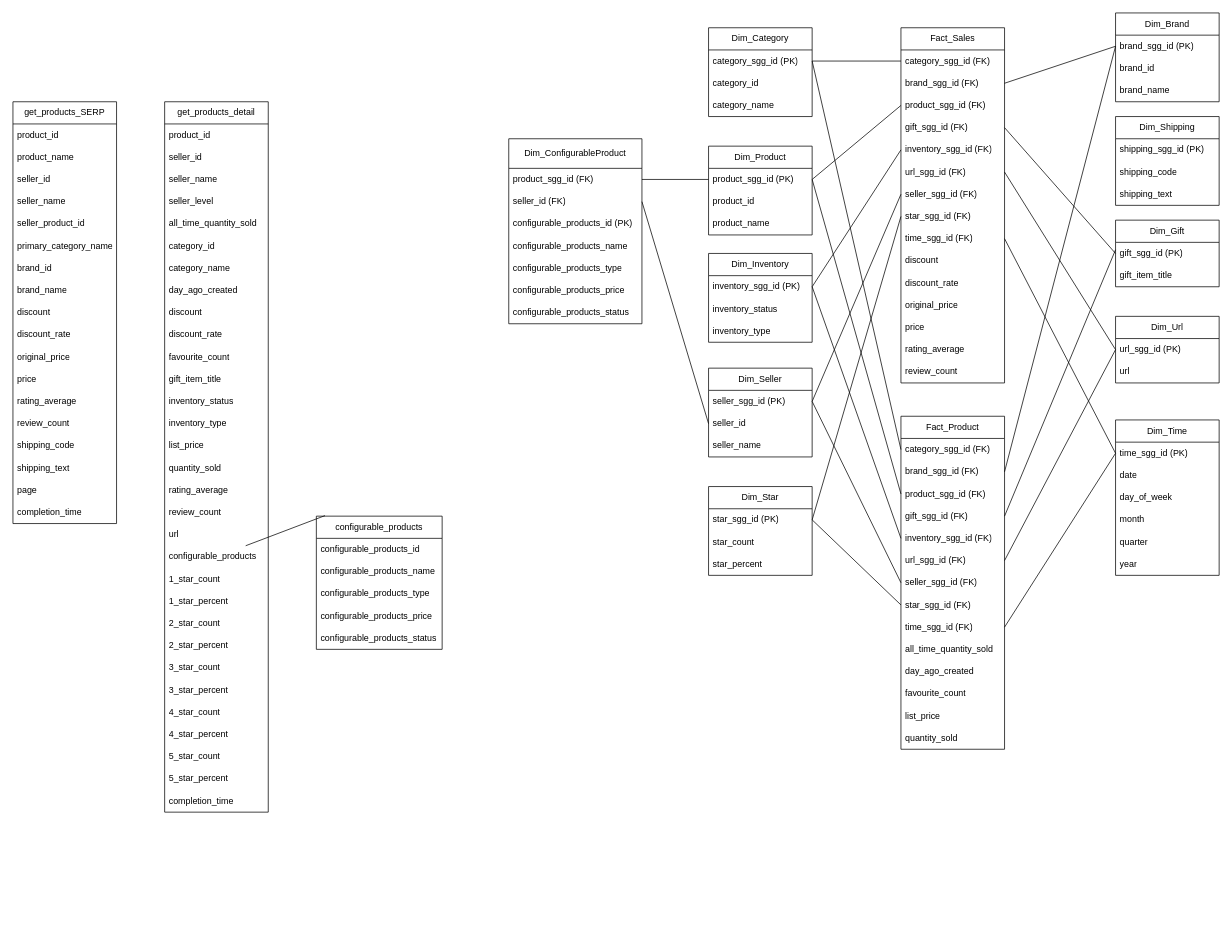
Earlier version of the draw.io diagram page "raw_data" (1 of 2) of schema/schema.drawio (thaitrann/Project_Shopee_ETL_Visualization). Source tidied: cells renumbered, new cells numbered last; positions are measured from the earlier drawing's top-left corner, leaving out a move shared by most shapes. Both pictures are drawn from the tidied source at 74%, with x=0, y=0 at pixel (13, 13).
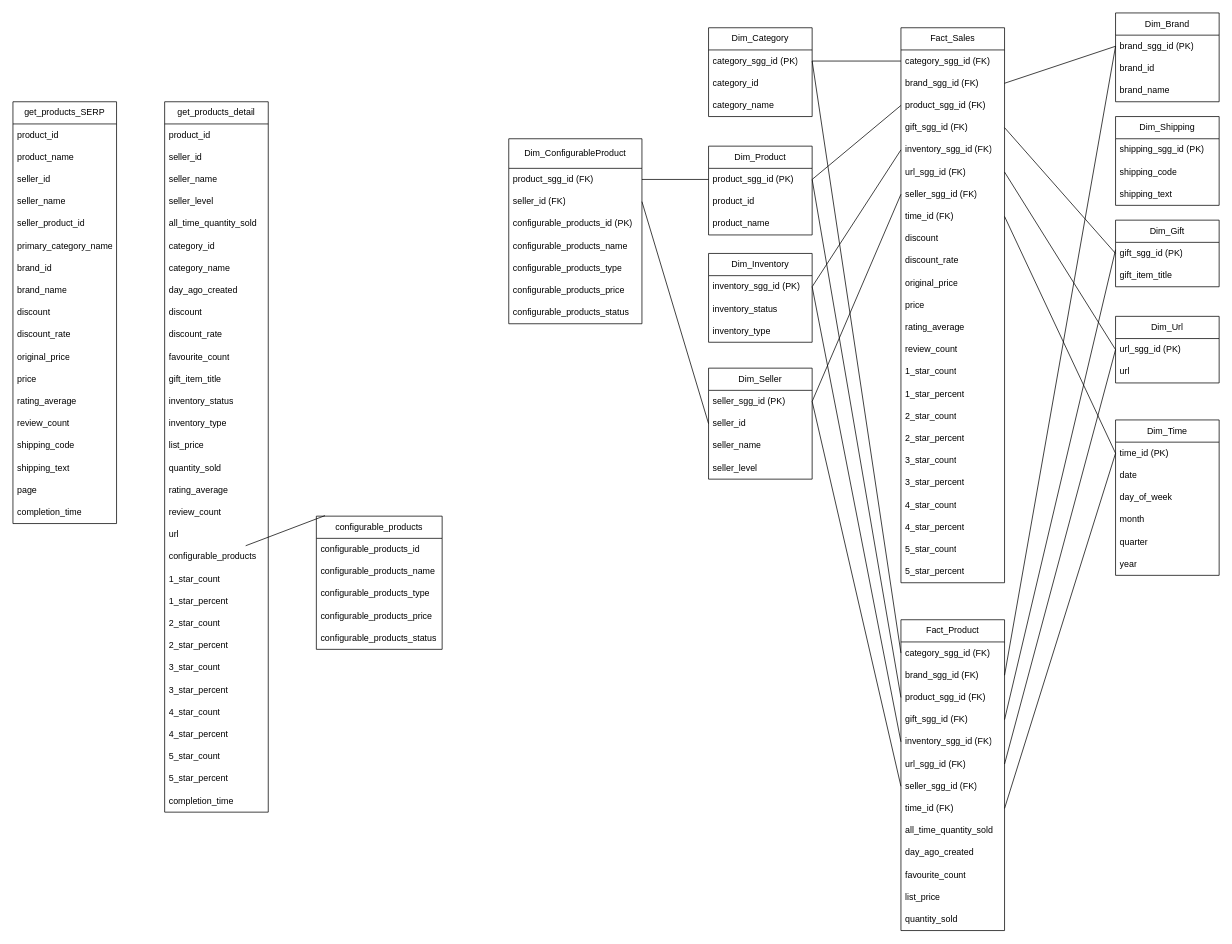
Above is the later version.

Unchanged cells that the change refers to:
```xml
<mxCell id="61" value="Dim_Time" style="swimlane;fontStyle=0;horizontal=1;startSize=30;whiteSpace=wrap;html=1;" parent="1" vertex="1">
  <mxGeometry x="1490" y="550" width="140" height="210" as="geometry" />
</mxCell>
```

Diff of the diagram source:
```diff
@@
     <mxCell id="2" value="Dim_Seller" style="swimlane;fontStyle=0;horizontal=1;startSize=30;whiteSpace=wrap;html=1;" parent="1" vertex="1">
-      <mxGeometry x="940" y="480" width="140" height="120" as="geometry" />
+      <mxGeometry x="940" y="480" width="140" height="150" as="geometry" />
     </mxCell>
@@
+    <mxCell id="160" value="seller_level" style="text;strokeColor=none;fillColor=none;align=left;verticalAlign=middle;spacingLeft=4;spacingRight=4;overflow=hidden;whiteSpace=wrap;html=1;" parent="2" vertex="1">
+      <mxGeometry y="120" width="140" height="30" as="geometry" />
+    </mxCell>
@@
     <mxCell id="30" value="Fact_Sales" style="swimlane;fontStyle=0;horizontal=1;startSize=30;whiteSpace=wrap;html=1;" parent="1" vertex="1">
-      <mxGeometry x="1200" y="20" width="140" height="480" as="geometry" />
+      <mxGeometry x="1200" y="20" width="140" height="750" as="geometry" />
     </mxCell>
@@
-    <mxCell id="38" value="star_sgg_id (FK)" style="text;strokeColor=none;fillColor=none;align=left;verticalAlign=middle;spacingLeft=4;spacingRight=4;overflow=hidden;points=[[0,0.5],[1,0.5]];portConstraint=eastwest;whiteSpace=wrap;html=1;" parent="30" vertex="1">
-      <mxGeometry y="240" width="140" height="30" as="geometry" />
-    </mxCell>
-    <mxCell id="39" value="time_sgg_id (FK)" style="text;strokeColor=none;fillColor=none;align=left;verticalAlign=middle;spacingLeft=4;spacingRight=4;overflow=hidden;points=[[0,0.5],[1,0.5]];portConstraint=eastwest;whiteSpace=wrap;html=1;" parent="30" vertex="1">
-      <mxGeometry y="270" width="140" height="30" as="geometry" />
+    <mxCell id="39" value="time_id (FK)" style="text;strokeColor=none;fillColor=none;align=left;verticalAlign=middle;spacingLeft=4;spacingRight=4;overflow=hidden;points=[[0,0.5],[1,0.5]];portConstraint=eastwest;whiteSpace=wrap;html=1;" parent="30" vertex="1">
+      <mxGeometry y="240" width="140" height="30" as="geometry" />
     </mxCell>
     <mxCell id="40" value="discount" style="text;strokeColor=none;fillColor=none;align=left;verticalAlign=middle;spacingLeft=4;spacingRight=4;overflow=hidden;whiteSpace=wrap;html=1;" parent="30" vertex="1">
-      <mxGeometry y="300" width="140" height="30" as="geometry" />
+      <mxGeometry y="270" width="140" height="30" as="geometry" />
     </mxCell>
     <mxCell id="41" value="discount_rate" style="text;strokeColor=none;fillColor=none;align=left;verticalAlign=middle;spacingLeft=4;spacingRight=4;overflow=hidden;whiteSpace=wrap;html=1;" parent="30" vertex="1">
-      <mxGeometry y="330" width="140" height="30" as="geometry" />
+      <mxGeometry y="300" width="140" height="30" as="geometry" />
     </mxCell>
     <mxCell id="42" value="original_price" style="text;strokeColor=none;fillColor=none;align=left;verticalAlign=middle;spacingLeft=4;spacingRight=4;overflow=hidden;whiteSpace=wrap;html=1;" parent="30" vertex="1">
-      <mxGeometry y="360" width="140" height="30" as="geometry" />
+      <mxGeometry y="330" width="140" height="30" as="geometry" />
     </mxCell>
     <mxCell id="43" value="price" style="text;strokeColor=none;fillColor=none;align=left;verticalAlign=middle;spacingLeft=4;spacingRight=4;overflow=hidden;whiteSpace=wrap;html=1;" parent="30" vertex="1">
-      <mxGeometry y="390" width="140" height="30" as="geometry" />
+      <mxGeometry y="360" width="140" height="30" as="geometry" />
     </mxCell>
     <mxCell id="44" value="rating_average" style="text;strokeColor=none;fillColor=none;align=left;verticalAlign=middle;spacingLeft=4;spacingRight=4;overflow=hidden;whiteSpace=wrap;html=1;" parent="30" vertex="1">
-      <mxGeometry y="420" width="140" height="30" as="geometry" />
+      <mxGeometry y="390" width="140" height="30" as="geometry" />
     </mxCell>
     <mxCell id="45" value="review_count" style="text;strokeColor=none;fillColor=none;align=left;verticalAlign=middle;spacingLeft=4;spacingRight=4;overflow=hidden;whiteSpace=wrap;html=1;" parent="30" vertex="1">
-      <mxGeometry y="450" width="140" height="30" as="geometry" />
+      <mxGeometry y="420" width="140" height="30" as="geometry" />
     </mxCell>
+    <mxCell id="161" value="1_star_count" style="text;strokeColor=none;fillColor=none;align=left;verticalAlign=middle;spacingLeft=4;spacingRight=4;overflow=hidden;whiteSpace=wrap;html=1;" parent="30" vertex="1">
+      <mxGeometry y="450" width="140" height="30" as="geometry" />
+    </mxCell>
+    <mxCell id="162" value="1_star_percent" style="text;strokeColor=none;fillColor=none;align=left;verticalAlign=middle;spacingLeft=4;spacingRight=4;overflow=hidden;whiteSpace=wrap;html=1;" parent="30" vertex="1">
+      <mxGeometry y="480" width="140" height="30" as="geometry" />
+    </mxCell>
+    <mxCell id="163" value="2_star_count" style="text;strokeColor=none;fillColor=none;align=left;verticalAlign=middle;spacingLeft=4;spacingRight=4;overflow=hidden;whiteSpace=wrap;html=1;" parent="30" vertex="1">
+      <mxGeometry y="510" width="140" height="30" as="geometry" />
+    </mxCell>
+    <mxCell id="164" value="2_star_percent" style="text;strokeColor=none;fillColor=none;align=left;verticalAlign=middle;spacingLeft=4;spacingRight=4;overflow=hidden;whiteSpace=wrap;html=1;" parent="30" vertex="1">
+      <mxGeometry y="540" width="140" height="30" as="geometry" />
+    </mxCell>
+    <mxCell id="165" value="3_star_count" style="text;strokeColor=none;fillColor=none;align=left;verticalAlign=middle;spacingLeft=4;spacingRight=4;overflow=hidden;whiteSpace=wrap;html=1;" parent="30" vertex="1">
+      <mxGeometry y="570" width="140" height="30" as="geometry" />
+    </mxCell>
+    <mxCell id="166" value="3_star_percent" style="text;strokeColor=none;fillColor=none;align=left;verticalAlign=middle;spacingLeft=4;spacingRight=4;overflow=hidden;whiteSpace=wrap;html=1;" parent="30" vertex="1">
+      <mxGeometry y="600" width="140" height="30" as="geometry" />
+    </mxCell>
+    <mxCell id="167" value="4_star_count" style="text;strokeColor=none;fillColor=none;align=left;verticalAlign=middle;spacingLeft=4;spacingRight=4;overflow=hidden;whiteSpace=wrap;html=1;" parent="30" vertex="1">
+      <mxGeometry y="630" width="140" height="30" as="geometry" />
+    </mxCell>
+    <mxCell id="168" value="4_star_percent" style="text;strokeColor=none;fillColor=none;align=left;verticalAlign=middle;spacingLeft=4;spacingRight=4;overflow=hidden;whiteSpace=wrap;html=1;" parent="30" vertex="1">
+      <mxGeometry y="660" width="140" height="30" as="geometry" />
+    </mxCell>
+    <mxCell id="169" value="5_star_count" style="text;strokeColor=none;fillColor=none;align=left;verticalAlign=middle;spacingLeft=4;spacingRight=4;overflow=hidden;whiteSpace=wrap;html=1;" parent="30" vertex="1">
+      <mxGeometry y="690" width="140" height="30" as="geometry" />
+    </mxCell>
+    <mxCell id="170" value="5_star_percent" style="text;strokeColor=none;fillColor=none;align=left;verticalAlign=middle;spacingLeft=4;spacingRight=4;overflow=hidden;whiteSpace=wrap;html=1;" parent="30" vertex="1">
+      <mxGeometry y="720" width="140" height="30" as="geometry" />
+    </mxCell>
     <mxCell id="46" value="Fact_Product" style="swimlane;fontStyle=0;horizontal=1;startSize=30;whiteSpace=wrap;html=1;" parent="1" vertex="1">
-      <mxGeometry x="1200" y="545" width="140" height="450" as="geometry" />
+      <mxGeometry x="1200" y="820" width="140" height="420" as="geometry" />
     </mxCell>
@@
-    <mxCell id="54" value="star_sgg_id (FK)" style="text;strokeColor=none;fillColor=none;align=left;verticalAlign=middle;spacingLeft=4;spacingRight=4;overflow=hidden;points=[[0,0.5],[1,0.5]];portConstraint=eastwest;whiteSpace=wrap;html=1;" parent="46" vertex="1">
-      <mxGeometry y="240" width="140" height="30" as="geometry" />
-    </mxCell>
-    <mxCell id="55" value="time_sgg_id (FK)" style="text;strokeColor=none;fillColor=none;align=left;verticalAlign=middle;spacingLeft=4;spacingRight=4;overflow=hidden;points=[[0,0.5],[1,0.5]];portConstraint=eastwest;whiteSpace=wrap;html=1;" parent="46" vertex="1">
-      <mxGeometry y="270" width="140" height="30" as="geometry" />
+    <mxCell id="55" value="time_id (FK)" style="text;strokeColor=none;fillColor=none;align=left;verticalAlign=middle;spacingLeft=4;spacingRight=4;overflow=hidden;points=[[0,0.5],[1,0.5]];portConstraint=eastwest;whiteSpace=wrap;html=1;" parent="46" vertex="1">
+      <mxGeometry y="240" width="140" height="30" as="geometry" />
     </mxCell>
     <mxCell id="56" value="all_time_quantity_sold" style="text;strokeColor=none;fillColor=none;align=left;verticalAlign=middle;spacingLeft=4;spacingRight=4;overflow=hidden;whiteSpace=wrap;html=1;" parent="46" vertex="1">
-      <mxGeometry y="300" width="140" height="30" as="geometry" />
+      <mxGeometry y="270" width="140" height="30" as="geometry" />
     </mxCell>
     <mxCell id="57" value="day_ago_created" style="text;strokeColor=none;fillColor=none;align=left;verticalAlign=middle;spacingLeft=4;spacingRight=4;overflow=hidden;whiteSpace=wrap;html=1;" parent="46" vertex="1">
-      <mxGeometry y="330" width="140" height="30" as="geometry" />
+      <mxGeometry y="300" width="140" height="30" as="geometry" />
     </mxCell>
     <mxCell id="58" value="favourite_count" style="text;strokeColor=none;fillColor=none;align=left;verticalAlign=middle;spacingLeft=4;spacingRight=4;overflow=hidden;whiteSpace=wrap;html=1;" parent="46" vertex="1">
-      <mxGeometry y="360" width="140" height="30" as="geometry" />
+      <mxGeometry y="330" width="140" height="30" as="geometry" />
     </mxCell>
     <mxCell id="59" value="list_price" style="text;strokeColor=none;fillColor=none;align=left;verticalAlign=middle;spacingLeft=4;spacingRight=4;overflow=hidden;whiteSpace=wrap;html=1;" parent="46" vertex="1">
-      <mxGeometry y="390" width="140" height="30" as="geometry" />
+      <mxGeometry y="360" width="140" height="30" as="geometry" />
     </mxCell>
     <mxCell id="60" value="quantity_sold" style="text;strokeColor=none;fillColor=none;align=left;verticalAlign=middle;spacingLeft=4;spacingRight=4;overflow=hidden;whiteSpace=wrap;html=1;" parent="46" vertex="1">
-      <mxGeometry y="420" width="140" height="30" as="geometry" />
+      <mxGeometry y="390" width="140" height="30" as="geometry" />
     </mxCell>
@@
-    <mxCell id="62" value="time_sgg_id (PK)" style="text;strokeColor=none;fillColor=none;align=left;verticalAlign=middle;spacingLeft=4;spacingRight=4;overflow=hidden;points=[[0,0.5],[1,0.5]];portConstraint=eastwest;whiteSpace=wrap;html=1;" parent="61" vertex="1">
+    <mxCell id="62" value="time_id (PK)" style="text;strokeColor=none;fillColor=none;align=left;verticalAlign=middle;spacingLeft=4;spacingRight=4;overflow=hidden;points=[[0,0.5],[1,0.5]];portConstraint=eastwest;whiteSpace=wrap;html=1;" parent="61" vertex="1">
       <mxGeometry y="30" width="140" height="30" as="geometry" />
     </mxCell>
@@
-    <mxCell id="87" value="Dim_Star" style="swimlane;fontStyle=0;horizontal=1;startSize=30;whiteSpace=wrap;html=1;" parent="1" vertex="1">
-      <mxGeometry x="940" y="640" width="140" height="120" as="geometry" />
-    </mxCell>
-    <mxCell id="88" value="star_sgg_id (PK)" style="text;strokeColor=none;fillColor=none;align=left;verticalAlign=middle;spacingLeft=4;spacingRight=4;overflow=hidden;points=[[0,0.5],[1,0.5]];portConstraint=eastwest;whiteSpace=wrap;html=1;" parent="87" vertex="1">
-      <mxGeometry y="30" width="140" height="30" as="geometry" />
-    </mxCell>
-    <mxCell id="89" value="star_count" style="text;strokeColor=none;fillColor=none;align=left;verticalAlign=middle;spacingLeft=4;spacingRight=4;overflow=hidden;whiteSpace=wrap;html=1;" parent="87" vertex="1">
-      <mxGeometry y="60" width="140" height="30" as="geometry" />
-    </mxCell>
-    <mxCell id="90" value="star_percent" style="text;strokeColor=none;fillColor=none;align=left;verticalAlign=middle;spacingLeft=4;spacingRight=4;overflow=hidden;whiteSpace=wrap;html=1;" parent="87" vertex="1">
-      <mxGeometry y="90" width="140" height="30" as="geometry" />
-    </mxCell>
-    <mxCell id="91" style="endArrow=none;html=1;rounded=0;entryX=0;entryY=0.5;entryDx=0;entryDy=0;exitX=1;exitY=0.5;exitDx=0;exitDy=0;" parent="1" edge="1" source="88" target="38">
-      <mxGeometry relative="1" as="geometry" />
-    </mxCell>
@@
-    <mxCell id="99" style="endArrow=none;html=1;rounded=0;entryX=0;entryY=0.5;entryDx=0;entryDy=0;exitX=1;exitY=0.5;exitDx=0;exitDy=0;" parent="1" edge="1" source="88" target="54">
-      <mxGeometry relative="1" as="geometry" />
-    </mxCell>
```
